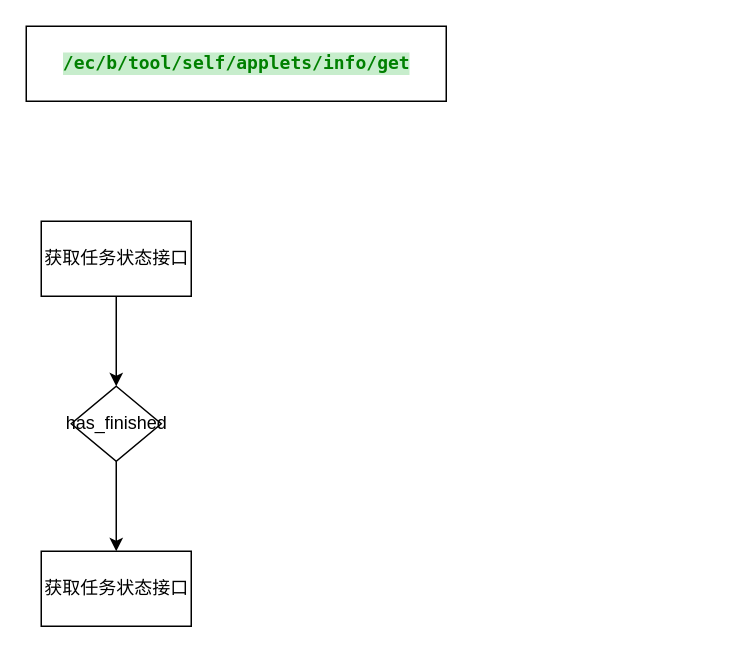
This is Untitled Diagram.drawio from renxinlin/-, a draw.io file, before an edit. Source tidied: cells renumbered, new cells numbered last; positions are measured from the earlier drawing's top-left corner, leaving out a move shared by most shapes. Both pictures are drawn from the tidied source at 150%, with x=0, y=0 at pixel (26, 26).
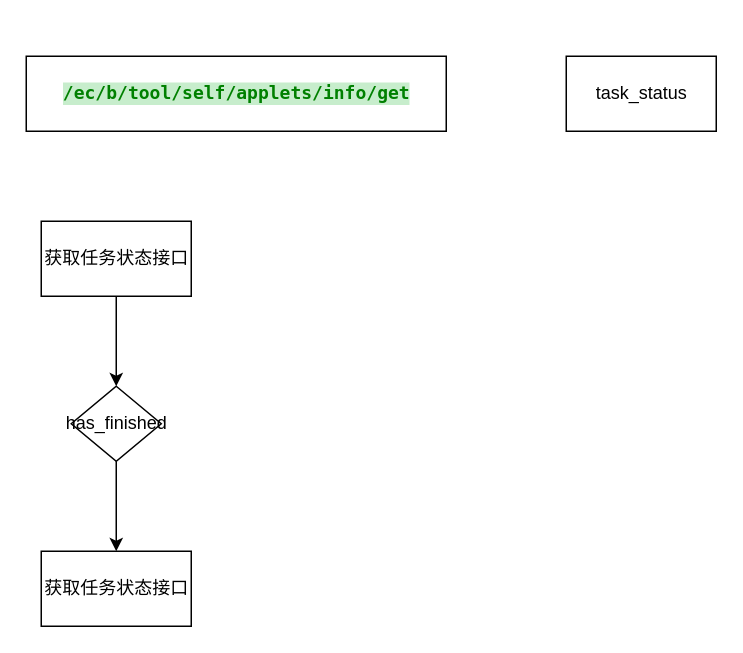
The same page after the edit.

Diff of the diagram source:
```diff
@@
 <mxGraphModel>
   <root>
     <mxCell id="0" />
     <mxCell id="1" parent="0" />
     <mxCell id="2" style="edgeStyle=orthogonalEdgeStyle;rounded=0;jettySize=auto;html=1;exitX=0.5;exitY=1;exitDx=0;exitDy=0;" parent="1" edge="1" source="3" target="5">
       <mxGeometry relative="1" as="geometry" />
     </mxCell>
     <mxCell id="3" value="获取任务状态接口" style="html=1;dashed=0;whitespace=wrap;" parent="1" vertex="1">
       <mxGeometry x="10" y="130" width="100" height="50" as="geometry" />
     </mxCell>
     <mxCell id="4" style="edgeStyle=orthogonalEdgeStyle;rounded=0;jettySize=auto;html=1;exitX=0.5;exitY=1;exitDx=0;exitDy=0;entryX=0.5;entryY=0;entryDx=0;entryDy=0;" parent="1" edge="1" source="5" target="6">
       <mxGeometry relative="1" as="geometry" />
     </mxCell>
     <mxCell id="5" value="has_finished" style="shape=rhombus;html=1;dashed=0;whitespace=wrap;perimeter=rhombusPerimeter;" parent="1" vertex="1">
       <mxGeometry x="30" y="240" width="60" height="50" as="geometry" />
     </mxCell>
     <mxCell id="6" value="获取任务状态接口" style="html=1;dashed=0;whitespace=wrap;" parent="1" vertex="1">
       <mxGeometry x="10" y="350" width="100" height="50" as="geometry" />
     </mxCell>
     <mxCell id="7" value="&lt;pre style=&quot;background-color: rgb(199 , 237 , 204) ; font-family: &amp;#34;menlo&amp;#34; ; font-size: 9pt&quot;&gt;&lt;span style=&quot;color: #008000 ; font-weight: bold&quot;&gt;/ec/b/tool/self/applets/info/get&lt;/span&gt;&lt;/pre&gt;" style="html=1;dashed=0;whitespace=wrap;" parent="1" vertex="1">
-      <mxGeometry width="280" height="50" as="geometry" />
+      <mxGeometry y="20" width="280" height="50" as="geometry" />
     </mxCell>
+    <mxCell id="8" value="task_status" style="html=1;dashed=0;whitespace=wrap;" parent="1" vertex="1">
+      <mxGeometry x="360" y="20" width="100" height="50" as="geometry" />
+    </mxCell>
   </root>
 </mxGraphModel>
```
